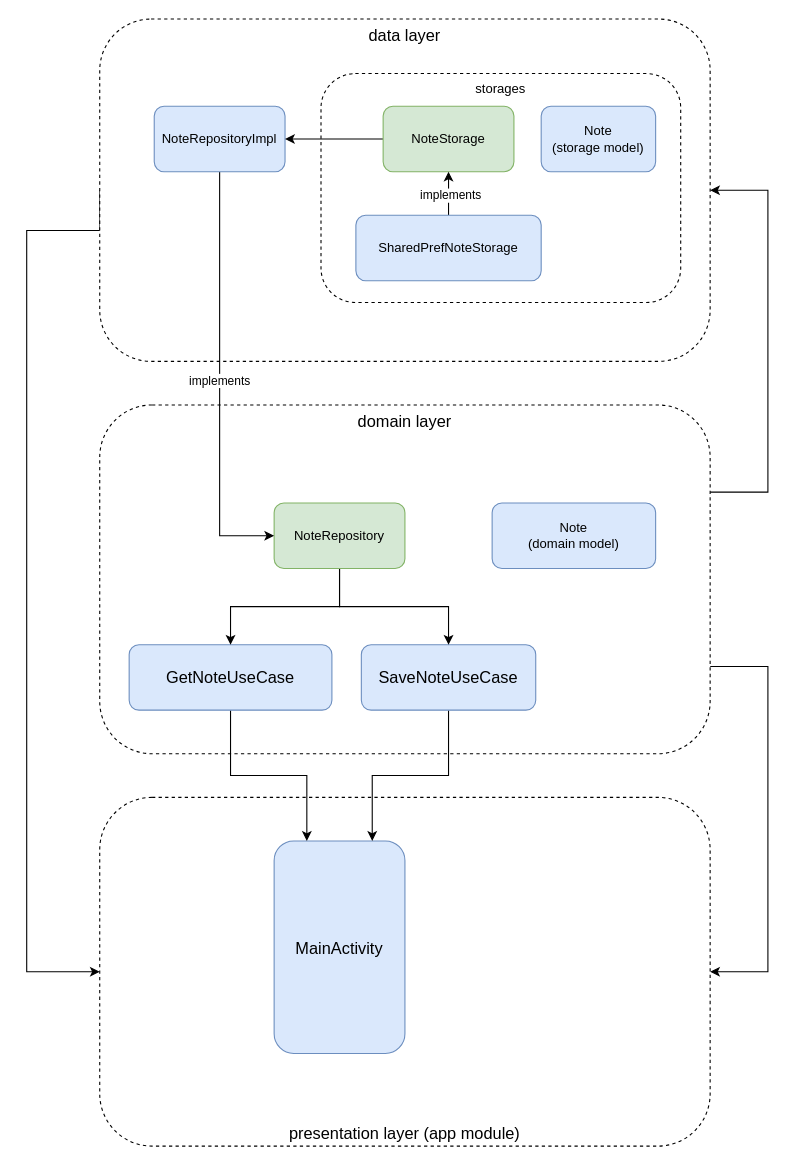
Above: architecture diagram.drawio in vlatrof/android-clean-architecture-demo (draw.io), before the change. Source tidied: cells renumbered, new cells numbered last; positions are measured from the earlier drawing's top-left corner, leaving out a move shared by most shapes. Both pictures are drawn from the tidied source at 109%, with x=0, y=0 at pixel (26, 19).
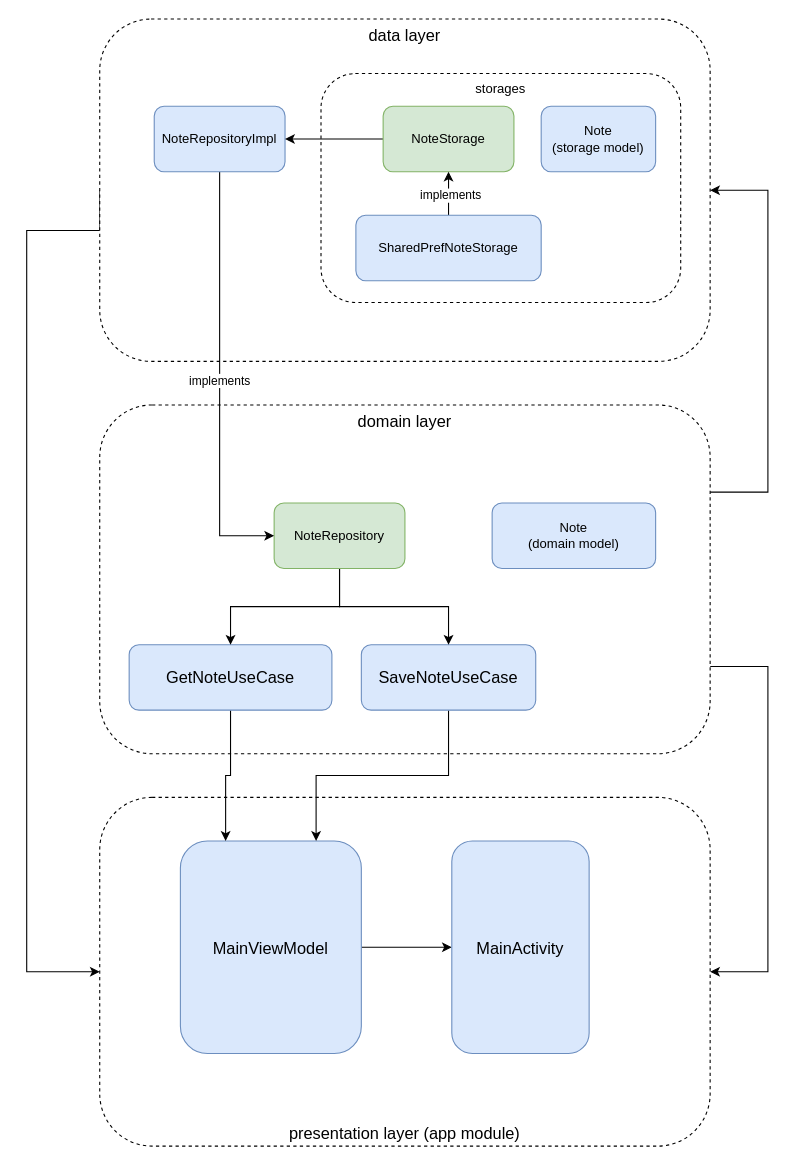
The same page after the edit.

Change to the diagram source:
```diff
@@
+    <mxCell id="26" style="edgeStyle=orthogonalEdgeStyle;rounded=0;jettySize=auto;html=1;exitX=1;exitY=0.5;exitDx=0;exitDy=0;" parent="1" edge="1" source="8" target="27">
+      <mxGeometry relative="1" as="geometry" />
+    </mxCell>
-    <mxCell id="8" value="MainActivity" style="rounded=1;whiteSpace=wrap;html=1;fontSize=15;fillColor=#dae8fc;strokeColor=#6c8ebf;" parent="1" vertex="1">
-      <mxGeometry x="227" y="754" width="120" height="195" as="geometry" />
+    <mxCell id="8" value="MainViewModel" style="rounded=1;whiteSpace=wrap;html=1;fontSize=15;fillColor=#dae8fc;strokeColor=#6c8ebf;" parent="1" vertex="1">
+      <mxGeometry x="141" y="754" width="166" height="195" as="geometry" />
     </mxCell>
@@
+    <mxCell id="27" value="MainActivity" style="rounded=1;whiteSpace=wrap;html=1;fontSize=15;fillColor=#dae8fc;strokeColor=#6c8ebf;" parent="1" vertex="1">
+      <mxGeometry x="390" y="754" width="126" height="195" as="geometry" />
+    </mxCell>
```
